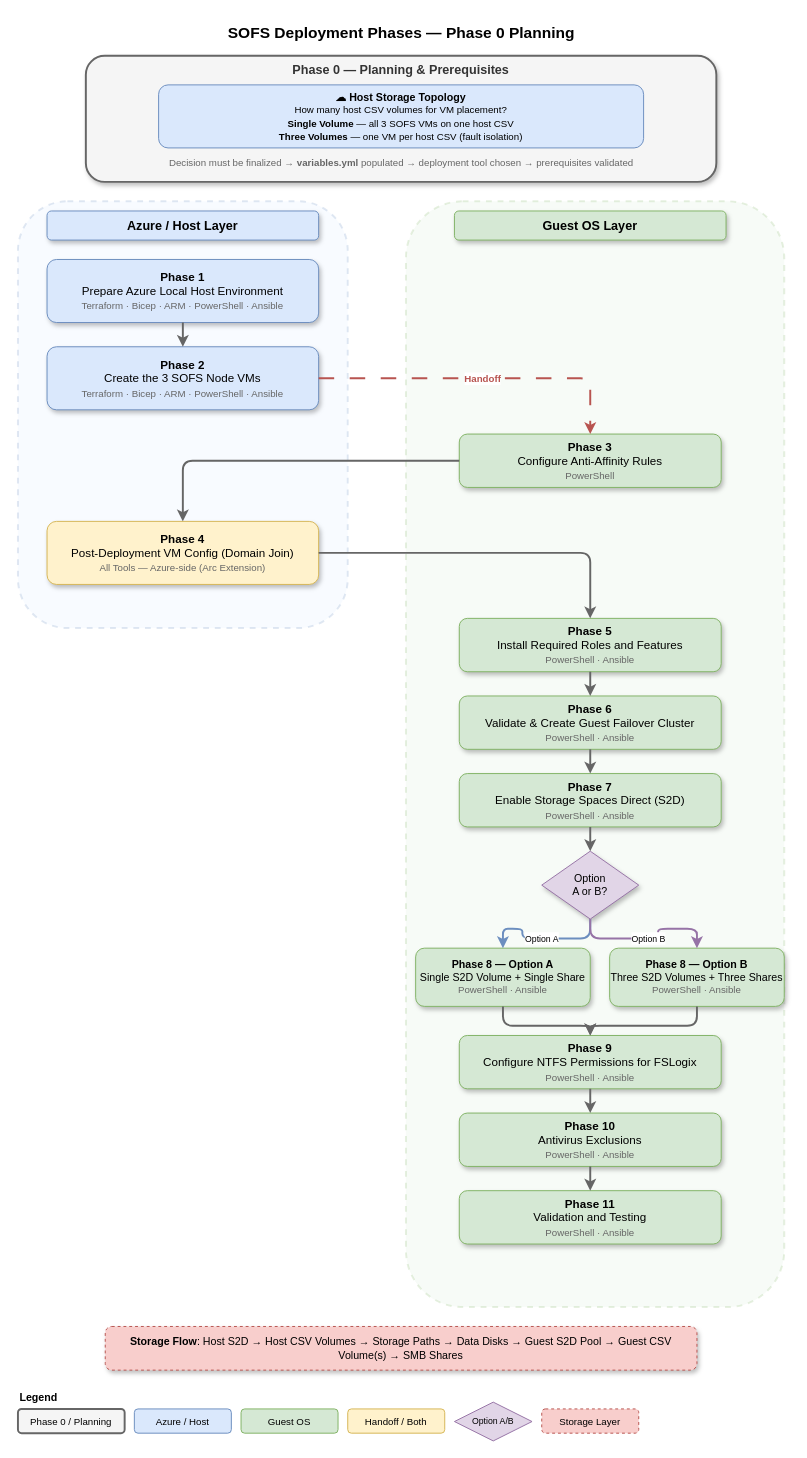
This is docs/assets/diagrams/sofs-deployment-phases.drawio from AzureLocal/azurelocal-sofs-fslogix, a draw.io file, before an edit. Source tidied: cells renumbered, new cells numbered last; positions are measured from the earlier drawing's top-left corner, leaving out a move shared by most shapes. Both pictures are drawn from the tidied source at 97%, with x=0, y=0 at pixel (17, 16).
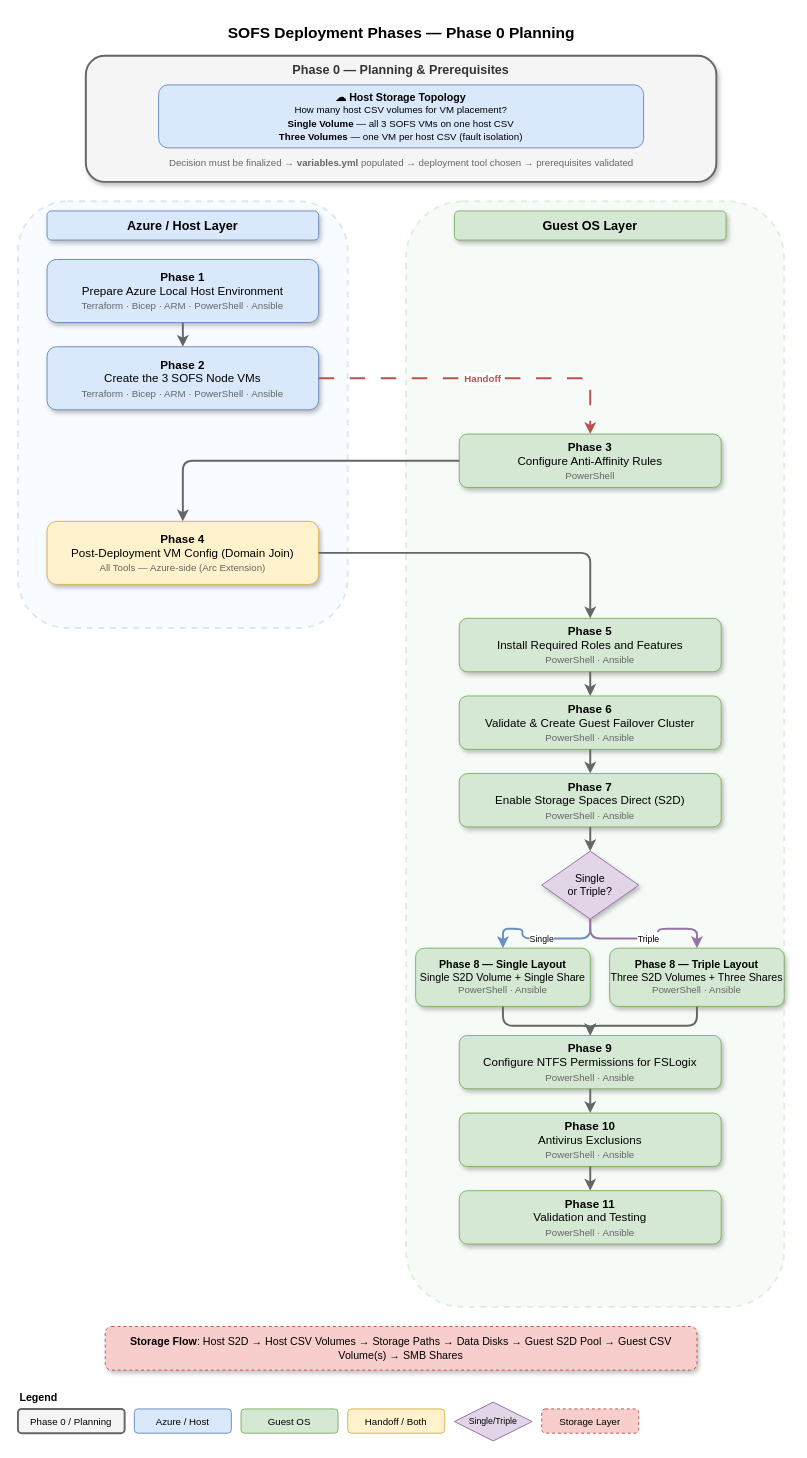
The same page after the edit.

Diff of the diagram source:
```diff
@@
-    <mxCell id="17" value="Option&lt;br&gt;A or B?" style="rhombus;whiteSpace=wrap;html=1;fillColor=#e1d5e7;strokeColor=#9673a6;fontSize=11;shadow=1;" parent="1" vertex="1">
+    <mxCell id="17" value="Single&lt;br&gt;or Triple?" style="rhombus;whiteSpace=wrap;html=1;fillColor=#e1d5e7;strokeColor=#9673a6;fontSize=11;shadow=1;" parent="1" vertex="1">
       <mxGeometry x="540" y="860" width="100" height="70" as="geometry" />
     </mxCell>
-    <mxCell id="18" value="&lt;b&gt;Phase 8 — Option A&lt;/b&gt;&lt;br&gt;Single S2D Volume + Single Share&lt;br&gt;&lt;font color=&quot;#666666&quot; style=&quot;font-size:10px&quot;&gt;PowerShell · Ansible&lt;/font&gt;" style="rounded=1;whiteSpace=wrap;html=1;fillColor=#d5e8d4;strokeColor=#82b366;fontSize=11;shadow=1;" parent="1" vertex="1">
+    <mxCell id="18" value="&lt;b&gt;Phase 8 — Single Layout&lt;/b&gt;&lt;br&gt;Single S2D Volume + Single Share&lt;br&gt;&lt;font color=&quot;#666666&quot; style=&quot;font-size:10px&quot;&gt;PowerShell · Ansible&lt;/font&gt;" style="rounded=1;whiteSpace=wrap;html=1;fillColor=#d5e8d4;strokeColor=#82b366;fontSize=11;shadow=1;" parent="1" vertex="1">
       <mxGeometry x="410" y="960" width="180" height="60" as="geometry" />
     </mxCell>
-    <mxCell id="19" value="&lt;b&gt;Phase 8 — Option B&lt;/b&gt;&lt;br&gt;Three S2D Volumes + Three Shares&lt;br&gt;&lt;font color=&quot;#666666&quot; style=&quot;font-size:10px&quot;&gt;PowerShell · Ansible&lt;/font&gt;" style="rounded=1;whiteSpace=wrap;html=1;fillColor=#d5e8d4;strokeColor=#82b366;fontSize=11;shadow=1;" parent="1" vertex="1">
+    <mxCell id="19" value="&lt;b&gt;Phase 8 — Triple Layout&lt;/b&gt;&lt;br&gt;Three S2D Volumes + Three Shares&lt;br&gt;&lt;font color=&quot;#666666&quot; style=&quot;font-size:10px&quot;&gt;PowerShell · Ansible&lt;/font&gt;" style="rounded=1;whiteSpace=wrap;html=1;fillColor=#d5e8d4;strokeColor=#82b366;fontSize=11;shadow=1;" parent="1" vertex="1">
       <mxGeometry x="610" y="960" width="180" height="60" as="geometry" />
     </mxCell>
@@
-    <mxCell id="29" value="Option A/B" style="rhombus;whiteSpace=wrap;html=1;fillColor=#e1d5e7;strokeColor=#9673a6;fontSize=9;" parent="1" vertex="1">
+    <mxCell id="29" value="Single/Triple" style="rhombus;whiteSpace=wrap;html=1;fillColor=#e1d5e7;strokeColor=#9673a6;fontSize=9;" parent="1" vertex="1">
       <mxGeometry x="450" y="1428" width="80" height="40" as="geometry" />
     </mxCell>
@@
-    <mxCell id="38" value="&lt;font style=&quot;font-size:9px&quot;&gt;Option A&lt;/font&gt;" style="edgeStyle=orthogonalEdgeStyle;rounded=1;jettySize=auto;html=1;strokeColor=#6c8ebf;strokeWidth=2;" parent="1" edge="1" source="17" target="18">
+    <mxCell id="38" value="&lt;font style=&quot;font-size:9px&quot;&gt;Single&lt;/font&gt;" style="edgeStyle=orthogonalEdgeStyle;rounded=1;jettySize=auto;html=1;strokeColor=#6c8ebf;strokeWidth=2;" parent="1" edge="1" source="17" target="18">
       <mxGeometry relative="1" as="geometry" />
     </mxCell>
-    <mxCell id="39" value="&lt;font style=&quot;font-size:9px&quot;&gt;Option B&lt;/font&gt;" style="edgeStyle=orthogonalEdgeStyle;rounded=1;jettySize=auto;html=1;strokeColor=#9673a6;strokeWidth=2;" parent="1" edge="1" source="17" target="19">
+    <mxCell id="39" value="&lt;font style=&quot;font-size:9px&quot;&gt;Triple&lt;/font&gt;" style="edgeStyle=orthogonalEdgeStyle;rounded=1;jettySize=auto;html=1;strokeColor=#9673a6;strokeWidth=2;" parent="1" edge="1" source="17" target="19">
       <mxGeometry relative="1" as="geometry" />
     </mxCell>
```
